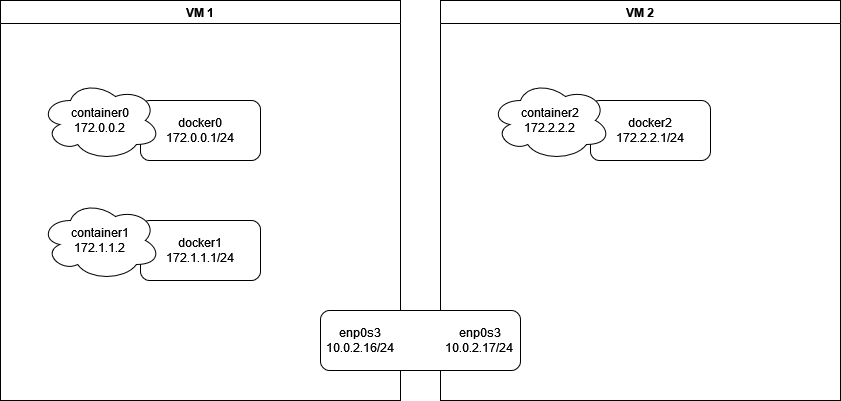
davidcosc/network-compare keeps this draw.io diagram as images/network-lab.drawio.png. Above is the earlier version. Source tidied: cells renumbered, new cells last; positions are measured from the earlier drawing's top-left corner, leaving out a move shared by most shapes. The source it was exported from:
```xml
<mxGraphModel>
  <root>
    <mxCell id="0" />
    <mxCell id="1" parent="0" />
    <mxCell id="2" value="VM 1" style="swimlane;whiteSpace=wrap;html=1;" parent="1" vertex="1">
      <mxGeometry width="400" height="400" as="geometry" />
    </mxCell>
    <mxCell id="3" style="group;" parent="2" vertex="1">
      <mxGeometry x="40" y="80" width="220" height="80" as="geometry" />
    </mxCell>
    <mxCell id="4" value="docker0&lt;br&gt;172.0.0.1/24" style="rounded=1;whiteSpace=wrap;html=1;" parent="3" vertex="1">
      <mxGeometry x="100" y="20" width="120" height="60" as="geometry" />
    </mxCell>
    <mxCell id="5" value="container0&lt;br&gt;172.0.0.2" style="ellipse;shape=cloud;whiteSpace=wrap;html=1;" parent="3" vertex="1">
      <mxGeometry width="120" height="80" as="geometry" />
    </mxCell>
    <mxCell id="6" style="group;" parent="2" vertex="1">
      <mxGeometry x="40" y="200" width="220" height="80" as="geometry" />
    </mxCell>
    <mxCell id="7" value="docker1&lt;br&gt;172.1.1.1/24" style="rounded=1;whiteSpace=wrap;html=1;" parent="6" vertex="1">
      <mxGeometry x="100" y="20" width="120" height="60" as="geometry" />
    </mxCell>
    <mxCell id="8" value="container1&lt;br&gt;172.1.1.2" style="ellipse;shape=cloud;whiteSpace=wrap;html=1;" parent="6" vertex="1">
      <mxGeometry width="120" height="80" as="geometry" />
    </mxCell>
    <mxCell id="9" value="VM 2" style="swimlane;whiteSpace=wrap;html=1;" parent="1" vertex="1">
      <mxGeometry x="440" width="400" height="400" as="geometry" />
    </mxCell>
    <mxCell id="10" style="group;" parent="9" vertex="1">
      <mxGeometry x="50" y="80" width="220" height="80" as="geometry" />
    </mxCell>
    <mxCell id="11" value="docker2&lt;br&gt;172.2.2.1/24" style="rounded=1;whiteSpace=wrap;html=1;" parent="10" vertex="1">
      <mxGeometry x="100" y="20" width="120" height="60" as="geometry" />
    </mxCell>
    <mxCell id="12" value="container2&lt;br&gt;172.2.2.2" style="ellipse;shape=cloud;whiteSpace=wrap;html=1;" parent="10" vertex="1">
      <mxGeometry width="120" height="80" as="geometry" />
    </mxCell>
    <mxCell id="13" value="enp0s3 &amp;nbsp; &amp;nbsp; &amp;nbsp; &amp;nbsp; &amp;nbsp; &amp;nbsp; &amp;nbsp; &amp;nbsp; &amp;nbsp; &amp;nbsp;&amp;nbsp; &amp;nbsp;&amp;nbsp;&amp;nbsp; enp0s3&lt;div&gt;10.0.2.16/24 &amp;nbsp; &amp;nbsp; &amp;nbsp; &amp;nbsp; &amp;nbsp; &amp;nbsp; &amp;nbsp; &amp;nbsp; 10.0.2.17/24&lt;br&gt;&lt;/div&gt;" style="rounded=1;whiteSpace=wrap;html=1;" parent="1" vertex="1">
      <mxGeometry x="320" y="310" width="200" height="60" as="geometry" />
    </mxCell>
  </root>
</mxGraphModel>
```
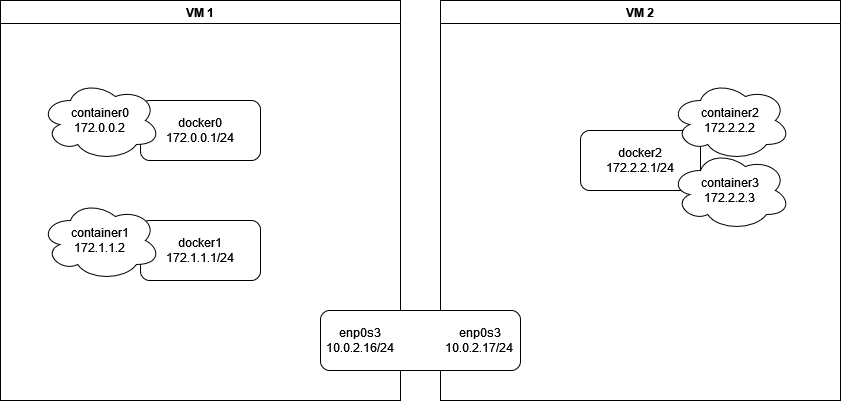
The same file after the commit.

Commit message:
chore: added doc for one more container to lab network

Diff of the diagram source:
```diff
@@ -26,14 +26,14 @@
     <mxCell id="9" value="VM 2" style="swimlane;whiteSpace=wrap;html=1;" parent="1" vertex="1">
       <mxGeometry x="440" width="400" height="400" as="geometry" />
     </mxCell>
-    <mxCell id="10" style="group;" parent="9" vertex="1">
-      <mxGeometry x="50" y="80" width="220" height="80" as="geometry" />
-    </mxCell>
-    <mxCell id="11" value="docker2&lt;br&gt;172.2.2.1/24" style="rounded=1;whiteSpace=wrap;html=1;" parent="10" vertex="1">
-      <mxGeometry x="100" y="20" width="120" height="60" as="geometry" />
+    <mxCell id="11" value="docker2&lt;br&gt;172.2.2.1/24" style="rounded=1;whiteSpace=wrap;html=1;" parent="9" vertex="1">
+      <mxGeometry x="140" y="130" width="120" height="60" as="geometry" />
     </mxCell>
+    <mxCell id="14" value="container3&lt;br&gt;172.2.2.3" style="ellipse;shape=cloud;whiteSpace=wrap;html=1;" parent="9" vertex="1">
+      <mxGeometry x="230" y="150" width="120" height="80" as="geometry" />
+    </mxCell>
-    <mxCell id="12" value="container2&lt;br&gt;172.2.2.2" style="ellipse;shape=cloud;whiteSpace=wrap;html=1;" parent="10" vertex="1">
-      <mxGeometry width="120" height="80" as="geometry" />
+    <mxCell id="12" value="container2&lt;br&gt;172.2.2.2" style="ellipse;shape=cloud;whiteSpace=wrap;html=1;" parent="9" vertex="1">
+      <mxGeometry x="230" y="80" width="120" height="80" as="geometry" />
     </mxCell>
     <mxCell id="13" value="enp0s3 &amp;nbsp; &amp;nbsp; &amp;nbsp; &amp;nbsp; &amp;nbsp; &amp;nbsp; &amp;nbsp; &amp;nbsp; &amp;nbsp; &amp;nbsp;&amp;nbsp; &amp;nbsp;&amp;nbsp;&amp;nbsp; enp0s3&lt;div&gt;10.0.2.16/24 &amp;nbsp; &amp;nbsp; &amp;nbsp; &amp;nbsp; &amp;nbsp; &amp;nbsp; &amp;nbsp; &amp;nbsp; 10.0.2.17/24&lt;br&gt;&lt;/div&gt;" style="rounded=1;whiteSpace=wrap;html=1;" parent="1" vertex="1">
       <mxGeometry x="320" y="310" width="200" height="60" as="geometry" />
```
